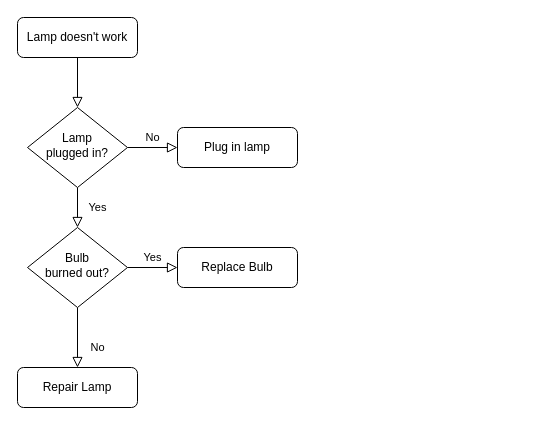
Above: Server.drawio in TheSolid-Kang/Practice (draw.io), before the change. Source tidied: cells renumbered, new cells numbered last; positions are measured from the earlier drawing's top-left corner, leaving out a move shared by most shapes. Both pictures are drawn from the tidied source at 100%, with x=0, y=0 at pixel (17, 17).
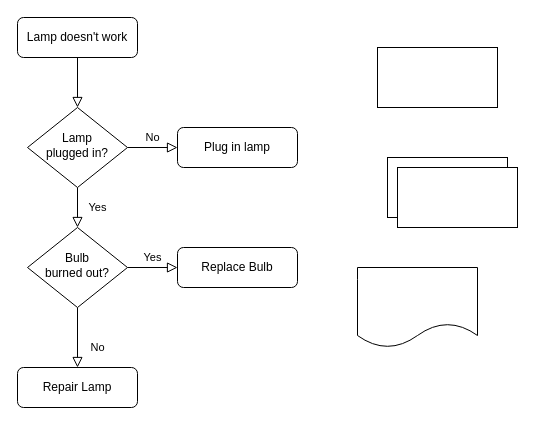
After the change.

The edit, as a diff of the source:
```diff
@@
 <mxGraphModel>
   <root>
     <mxCell id="0" />
     <mxCell id="1" parent="0" />
     <mxCell id="2" style="rounded=0;html=1;jettySize=auto;fontSize=11;endArrow=block;endFill=0;endSize=8;strokeWidth=1;shadow=0;labelBackgroundColor=none;edgeStyle=orthogonalEdgeStyle;" parent="1" edge="1" source="3" target="6">
       <mxGeometry relative="1" as="geometry" />
     </mxCell>
     <mxCell id="3" value="Lamp doesn't work" style="rounded=1;whiteSpace=wrap;html=1;fontSize=12;glass=0;strokeWidth=1;shadow=0;" parent="1" vertex="1">
       <mxGeometry width="120" height="40" as="geometry" />
     </mxCell>
     <mxCell id="4" value="Yes" style="rounded=0;html=1;jettySize=auto;fontSize=11;endArrow=block;endFill=0;endSize=8;strokeWidth=1;shadow=0;labelBackgroundColor=none;edgeStyle=orthogonalEdgeStyle;" parent="1" edge="1" source="6" target="10">
       <mxGeometry y="20" relative="1" as="geometry" />
     </mxCell>
     <mxCell id="5" value="No" style="edgeStyle=orthogonalEdgeStyle;rounded=0;html=1;jettySize=auto;fontSize=11;endArrow=block;endFill=0;endSize=8;strokeWidth=1;shadow=0;labelBackgroundColor=none;" parent="1" edge="1" source="6" target="7">
       <mxGeometry y="10" relative="1" as="geometry" />
     </mxCell>
     <mxCell id="6" value="Lamp&lt;br&gt;plugged in?" style="rhombus;whiteSpace=wrap;html=1;shadow=0;fontFamily=Helvetica;fontSize=12;align=center;strokeWidth=1;spacing=6;spacingTop=-4;" parent="1" vertex="1">
       <mxGeometry x="10" y="90" width="100" height="80" as="geometry" />
     </mxCell>
     <mxCell id="7" value="Plug in lamp" style="rounded=1;whiteSpace=wrap;html=1;fontSize=12;glass=0;strokeWidth=1;shadow=0;" parent="1" vertex="1">
       <mxGeometry x="160" y="110" width="120" height="40" as="geometry" />
     </mxCell>
     <mxCell id="8" value="No" style="rounded=0;html=1;jettySize=auto;fontSize=11;endArrow=block;endFill=0;endSize=8;strokeWidth=1;shadow=0;labelBackgroundColor=none;edgeStyle=orthogonalEdgeStyle;" parent="1" edge="1" source="10" target="11">
       <mxGeometry x="0.33" y="20" relative="1" as="geometry" />
     </mxCell>
     <mxCell id="9" value="Yes" style="edgeStyle=orthogonalEdgeStyle;rounded=0;html=1;jettySize=auto;fontSize=11;endArrow=block;endFill=0;endSize=8;strokeWidth=1;shadow=0;labelBackgroundColor=none;" parent="1" edge="1" source="10" target="12">
       <mxGeometry y="10" relative="1" as="geometry" />
     </mxCell>
     <mxCell id="10" value="Bulb&lt;br&gt;burned out?" style="rhombus;whiteSpace=wrap;html=1;shadow=0;fontFamily=Helvetica;fontSize=12;align=center;strokeWidth=1;spacing=6;spacingTop=-4;" parent="1" vertex="1">
       <mxGeometry x="10" y="210" width="100" height="80" as="geometry" />
     </mxCell>
     <mxCell id="11" value="Repair Lamp" style="rounded=1;whiteSpace=wrap;html=1;fontSize=12;glass=0;strokeWidth=1;shadow=0;" parent="1" vertex="1">
       <mxGeometry y="350" width="120" height="40" as="geometry" />
     </mxCell>
     <mxCell id="12" value="Replace Bulb" style="rounded=1;whiteSpace=wrap;html=1;fontSize=12;glass=0;strokeWidth=1;shadow=0;" parent="1" vertex="1">
       <mxGeometry x="160" y="230" width="120" height="40" as="geometry" />
     </mxCell>
+    <mxCell id="13" style="rounded=0;whiteSpace=wrap;html=1;" parent="1" vertex="1">
+      <mxGeometry x="360" y="30" width="120" height="60" as="geometry" />
+    </mxCell>
+    <mxCell id="14" style="rounded=0;whiteSpace=wrap;html=1;" parent="1" vertex="1">
+      <mxGeometry x="370" y="140" width="120" height="60" as="geometry" />
+    </mxCell>
+    <mxCell id="15" style="rounded=0;whiteSpace=wrap;html=1;" parent="1" vertex="1">
+      <mxGeometry x="380" y="150" width="120" height="60" as="geometry" />
+    </mxCell>
+    <mxCell id="16" style="shape=document;whiteSpace=wrap;html=1;boundedLbl=1;" parent="1" vertex="1">
+      <mxGeometry x="340" y="250" width="120" height="80" as="geometry" />
+    </mxCell>
   </root>
 </mxGraphModel>
```
